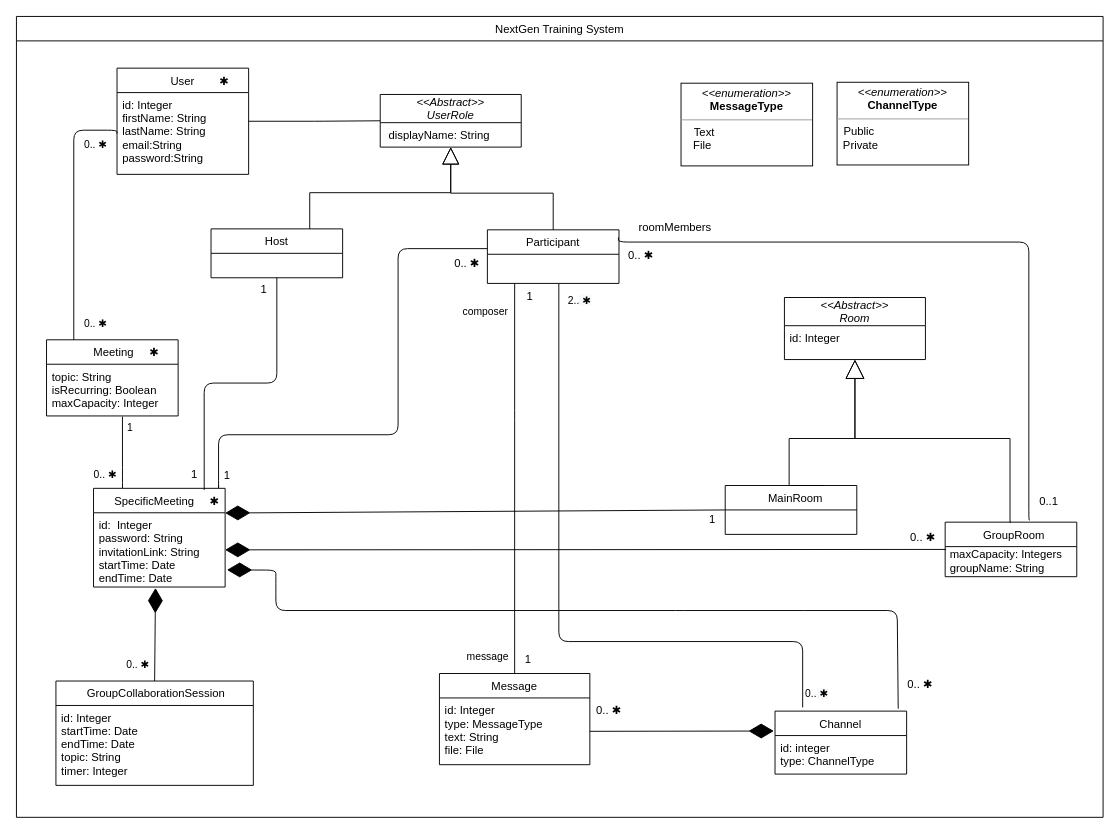
The draw.io diagram ECSE326.drawio in tylerrwatsonn/ecse-326-group-20, before the edit. Source tidied: cells renumbered, new cells numbered last; positions are measured from the earlier drawing's top-left corner, leaving out a move shared by most shapes. Both pictures are drawn from the tidied source at 94%, with x=0, y=0 at pixel (16, 16).
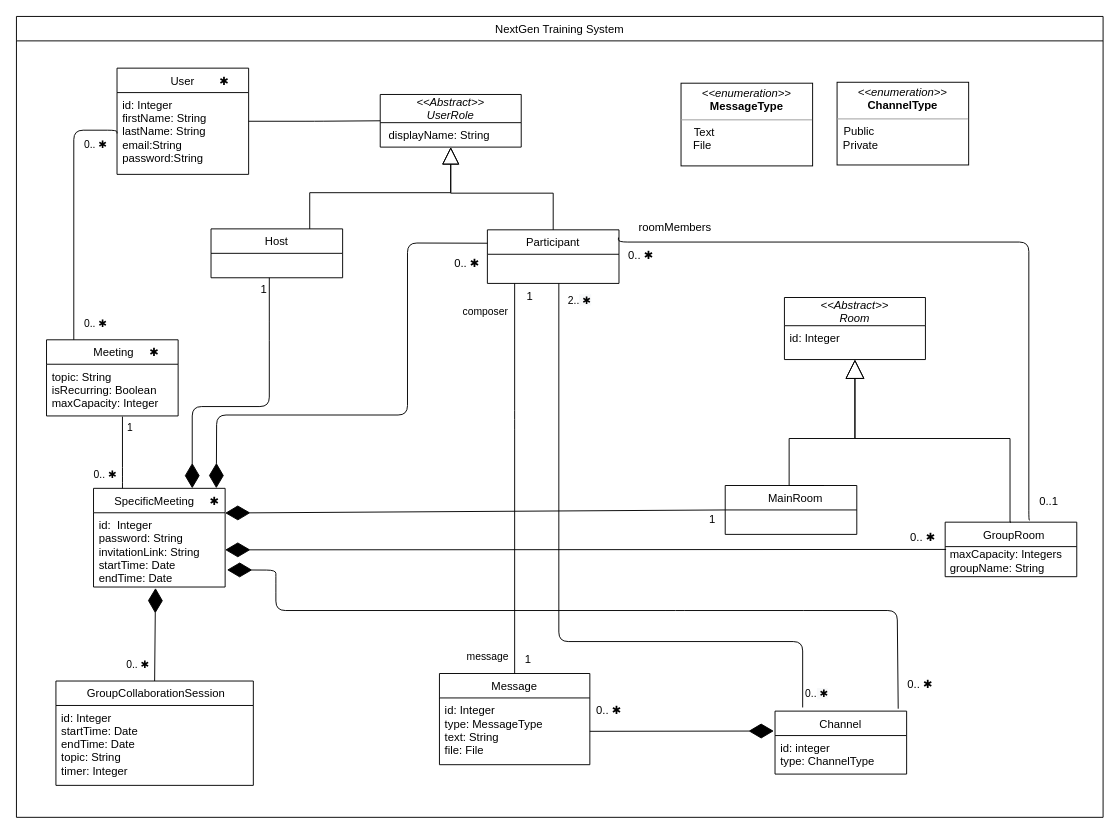
The same page after the edit.

Commit message:
One more update to domain model

Unchanged cells that the change refers to:
```xml
<mxCell id="8" value="Host" style="swimlane;fontStyle=0;horizontal=1;startSize=26;fillColor=none;" parent="1" vertex="1">
  <mxGeometry x="207" y="226" width="140" height="52" as="geometry" />
</mxCell>
<mxCell id="10" value="Participant" style="swimlane;fontStyle=0;horizontal=1;startSize=26;fillColor=none;" parent="1" vertex="1">
  <mxGeometry x="501" y="227" width="140" height="57" as="geometry" />
</mxCell>
<mxCell id="11" value="     SpecificMeeting     ✱" style="swimlane;fontStyle=0;horizontal=1;startSize=26;fillColor=none;align=center;" parent="1" vertex="1">
  <mxGeometry x="82" y="502" width="140" height="105" as="geometry" />
</mxCell>
```

Change to the diagram source:
```diff
@@
-    <mxCell id="29" style="endArrow=none;html=1;edgeStyle=orthogonalEdgeStyle;exitX=0.5;exitY=1;exitDx=0;exitDy=0;entryX=0.841;entryY=0.016;entryDx=0;entryDy=0;entryPerimeter=0;" parent="1" edge="1" source="8" target="11">
-      <mxGeometry relative="1" as="geometry" />
-    </mxCell>
@@
-    <mxCell id="47" style="endArrow=none;html=1;edgeStyle=orthogonalEdgeStyle;" parent="1" edge="1" source="10">
-      <mxGeometry relative="1" as="geometry">
-        <mxPoint x="215" y="498" as="targetPoint" />
-        <Array as="points">
-          <mxPoint x="406" y="247" />
-          <mxPoint x="406" y="445" />
-          <mxPoint x="215" y="445" />
-          <mxPoint x="215" y="504" />
-        </Array>
-      </mxGeometry>
-    </mxCell>
@@
-    <mxCell id="49" value="1" style="text;html=1;align=center;verticalAlign=middle;" parent="1" vertex="1">
-      <mxGeometry x="179" y="478" width="20" height="20" as="geometry" />
-    </mxCell>
@@
-    <mxCell id="61" value="1" style="text;html=1;align=center;verticalAlign=middle;" parent="1" vertex="1">
-      <mxGeometry x="214" y="479" width="20" height="20" as="geometry" />
-    </mxCell>
@@
+    <mxCell id="65" style="endArrow=diamondThin;endFill=1;endSize=24;html=1;exitX=0;exitY=0.25;exitDx=0;exitDy=0;entryX=0.933;entryY=-0.001;entryDx=0;entryDy=0;entryPerimeter=0;" parent="1" edge="1" source="10" target="11">
+      <mxGeometry relative="1" as="geometry">
+        <Array as="points">
+          <mxPoint x="416" y="241" />
+          <mxPoint x="416" y="424" />
+          <mxPoint x="213" y="424" />
+        </Array>
+      </mxGeometry>
+    </mxCell>
+    <mxCell id="66" style="endArrow=diamondThin;endFill=1;endSize=24;html=1;entryX=0.75;entryY=0;entryDx=0;entryDy=0;" parent="1" edge="1" target="11">
+      <mxGeometry relative="1" as="geometry">
+        <mxPoint x="269" y="278" as="sourcePoint" />
+        <Array as="points">
+          <mxPoint x="269" y="335" />
+          <mxPoint x="269" y="415" />
+          <mxPoint x="187" y="415" />
+        </Array>
+      </mxGeometry>
+    </mxCell>
```
